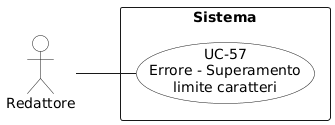
aLittleByte-19/Documentazione keeps this PlantUML diagram as RTB/Analisi dei Requisiti/diagrammi_use_case/UC-57.png. Above is the earlier version.
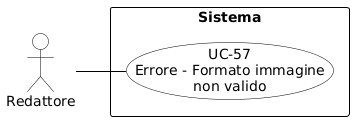
The same file after the commit.

What changed in the source:
```diff
@@ -1,14 +1,29 @@
 @startuml
+skinparam shadowing false
+skinparam defaultFontName Arial
 left to right direction
-skinparam packageStyle rectangle
-skinparam usecaseBackgroundColor White
-skinparam actorBackgroundColor White
+skinparam nodesep 15
+skinparam ranksep 50
+
+skinparam usecase {
+    BackgroundColor white
+    BorderColor black
+    ArrowColor black
+}
+skinparam actor {
+    BackgroundColor white
+    BorderColor black
+}
+skinparam rectangle {
+    BorderColor black
+    FontStyle bold
+}
 
 actor "Redattore" as redattore
 
 rectangle "Sistema" {
-  usecase "UC-57\nErrore - Superamento\nlimite caratteri" as uc57
+    usecase "UC-57\nErrore - Formato immagine\nnon valido" as UC57
 }
 
-redattore -- uc57
+redattore -- UC57
 @enduml
```
